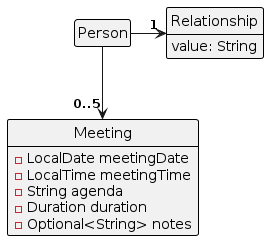
Earlier version of the PlantUML export diagrams/MeetingClassDiagram.png (AY2324S2-CS2103T-T13-3/tp). Its source is kept beside it as diagrams/MeetingClassDiagram.puml. Its diagram source:
```plantuml
@startuml
!include style.puml
show fields
skinparam ClassFontColor #000000
skinparam ClassBorderColor #000000

class P as "Person"
class R as "Relationship" {
    value: String
}
class Me as "Meeting" {
  -LocalDate meetingDate
  -LocalTime meetingTime
  -String agenda
  -Duration duration
  -Optional<String> notes
}

P->"1"R
P-->"0..5"Me

hide P members

@enduml
```
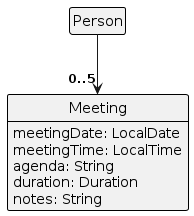
After the change.

Diff of the diagram source:
```diff
@@ -5,18 +5,16 @@
 skinparam ClassBorderColor #000000
 
 class P as "Person"
-class R as "Relationship" {
-    value: String
-}
+
 class Me as "Meeting" {
-  -LocalDate meetingDate
-  -LocalTime meetingTime
-  -String agenda
-  -Duration duration
-  -Optional<String> notes
+  meetingDate: LocalDate
+  meetingTime: LocalTime
+  agenda: String
+  duration: Duration
+  notes: String
 }
 
-P->"1"R
+
 P-->"0..5"Me
 
 hide P members
```
